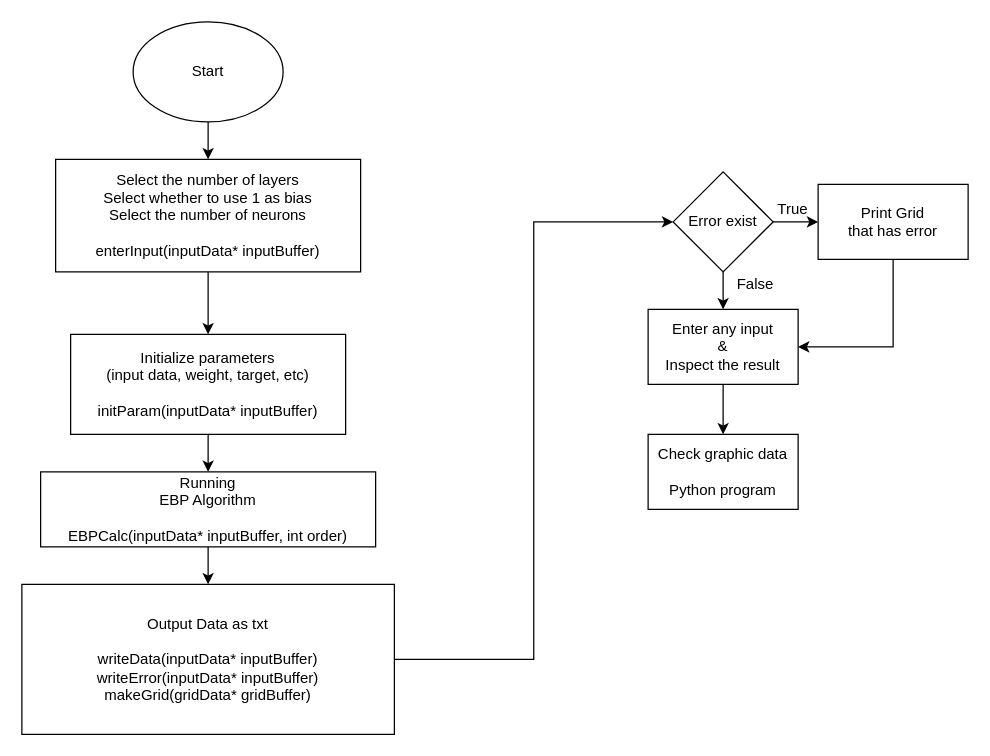
Before: ML_고지형_1114/ML_1114.drawio in JiHyeongKo/tuition_ML_2020, a draw.io diagram. Source tidied: cells renumbered, new cells numbered last; positions are measured from the earlier drawing's top-left corner, leaving out a move shared by most shapes. Both pictures are drawn from the tidied source at 125%, with x=0, y=0 at pixel (21, 21).
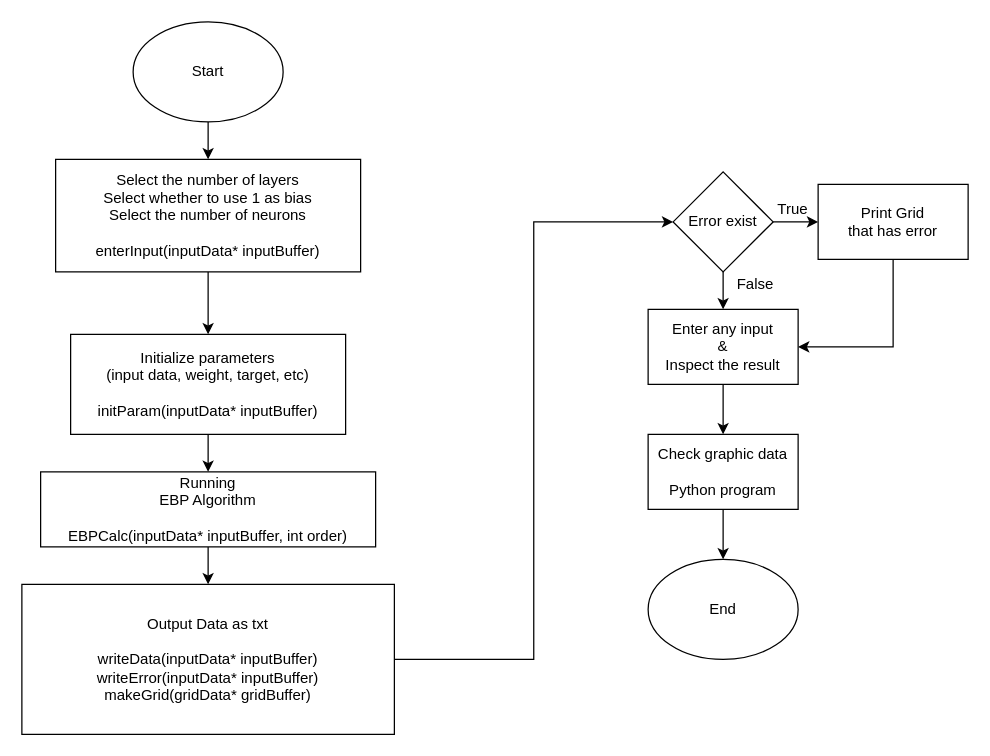
The same page after the edit.

Unchanged cells that the change refers to:
```xml
<mxCell id="21" value="Check graphic data&lt;br&gt;&lt;br&gt;Python program" style="whiteSpace=wrap;html=1;rounded=0;" parent="1" vertex="1">
  <mxGeometry x="501" y="330" width="120" height="60" as="geometry" />
</mxCell>
```

What changed in the source:
```diff
@@
+    <mxCell id="22" style="edgeStyle=orthogonalEdgeStyle;rounded=0;jettySize=auto;html=1;" parent="1" edge="1" source="21" target="23">
+      <mxGeometry relative="1" as="geometry" />
+    </mxCell>
@@
+    <mxCell id="23" value="End" style="ellipse;whiteSpace=wrap;html=1;" parent="1" vertex="1">
+      <mxGeometry x="501" y="430" width="120" height="80" as="geometry" />
+    </mxCell>
```
